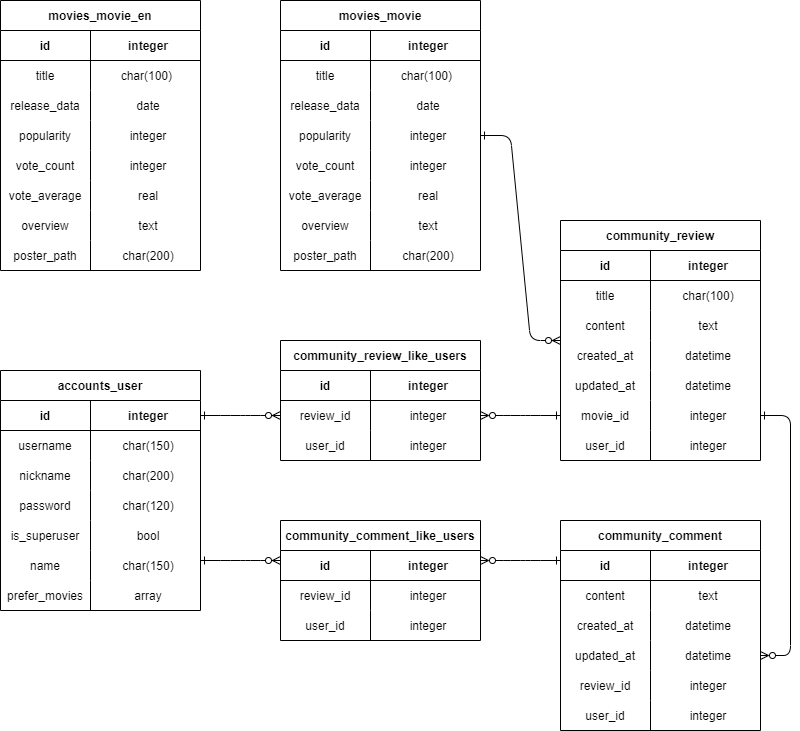
Above: ERD.drawio.png in gilsanguk/MOJI (draw.io), before the change. Source tidied: cells renumbered, new cells last; positions are measured from the earlier drawing's top-left corner, leaving out a move shared by most shapes.
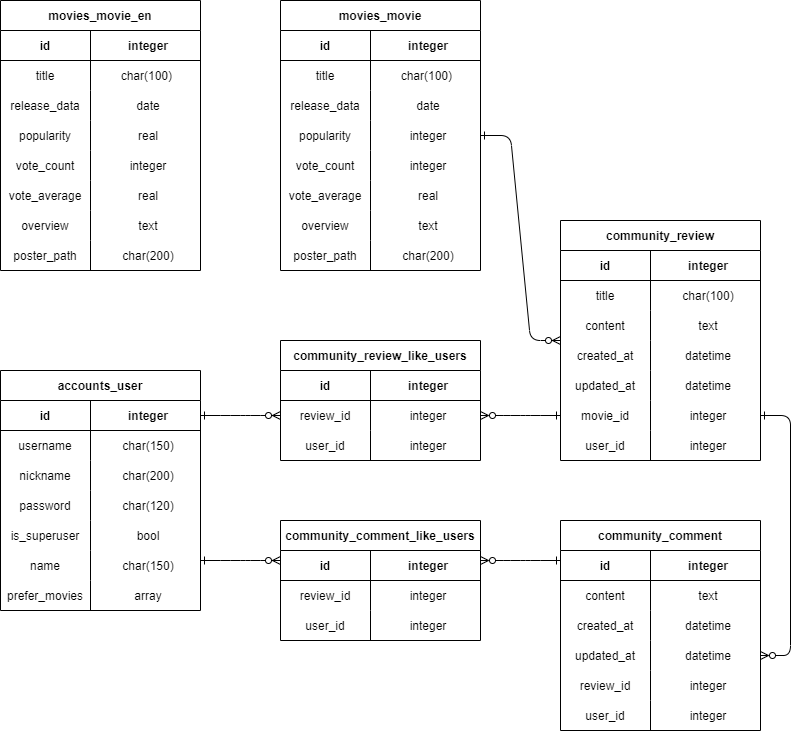
After the commit.

What changed in the source:
```diff
@@ -182,7 +182,7 @@
     <mxCell id="61" value="popularity" style="shape=partialRectangle;overflow=hidden;fillColor=none;top=0;left=0;bottom=0;right=0;" parent="60" vertex="1">
       <mxGeometry width="90" height="30" as="geometry" />
     </mxCell>
-    <mxCell id="62" value="integer" style="shape=partialRectangle;overflow=hidden;fillColor=none;top=0;left=0;bottom=0;right=0;align=center;spacingLeft=6;" parent="60" vertex="1">
+    <mxCell id="62" value="real" style="shape=partialRectangle;overflow=hidden;fillColor=none;top=0;left=0;bottom=0;right=0;align=center;spacingLeft=6;" parent="60" vertex="1">
       <mxGeometry x="90" width="110" height="30" as="geometry" />
     </mxCell>
     <mxCell id="63" style="shape=partialRectangle;fillColor=none;top=0;left=0;right=0;bottom=0;" parent="50" vertex="1">
```
